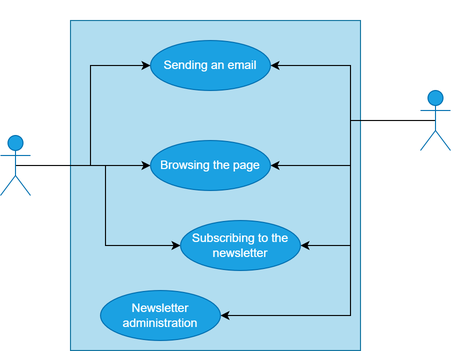
The draw.io diagram img/useCaseDiagram.png in Ilvondir/personal-website, before a commit. Source tidied: cells renumbered, new cells last; positions are measured from the earlier drawing's top-left corner, leaving out a move shared by most shapes.
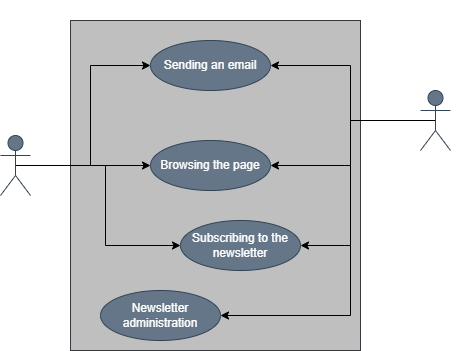
The same file after the commit.

The edit, as a diff of the source:
```diff
@@ -2,13 +2,13 @@
   <root>
     <mxCell id="0" />
     <mxCell id="1" parent="0" />
-    <mxCell id="2" style="rounded=0;whiteSpace=wrap;html=1;fillColor=#b1ddf0;strokeColor=#10739e;" parent="1" vertex="1">
+    <mxCell id="2" style="rounded=0;whiteSpace=wrap;html=1;fillColor=#BFBFBF;strokeColor=#36393d;" parent="1" vertex="1">
       <mxGeometry x="70" y="20" width="290" height="330" as="geometry" />
     </mxCell>
     <mxCell id="3" value="&lt;font style=&quot;font-size: 15px;&quot;&gt;Portfolio Website&lt;/font&gt;" style="text;html=1;align=center;verticalAlign=middle;whiteSpace=wrap;rounded=0;fontColor=#FFFFFF;" parent="1" vertex="1">
       <mxGeometry x="142.5" width="135" height="20" as="geometry" />
     </mxCell>
-    <mxCell id="4" value="Sending an email" style="ellipse;whiteSpace=wrap;html=1;fillColor=#1ba1e2;strokeColor=#006EAF;fontColor=#ffffff;" parent="1" vertex="1">
+    <mxCell id="4" value="Sending an email" style="ellipse;whiteSpace=wrap;html=1;fillColor=#647687;strokeColor=#314354;fontColor=#ffffff;" parent="1" vertex="1">
       <mxGeometry x="150" y="40" width="120" height="50" as="geometry" />
     </mxCell>
     <mxCell id="5" style="edgeStyle=orthogonalEdgeStyle;rounded=0;jettySize=auto;html=1;exitX=0.5;exitY=0.5;exitDx=0;exitDy=0;exitPerimeter=0;entryX=0;entryY=0.5;entryDx=0;entryDy=0;" parent="1" edge="1" source="8" target="4">
@@ -20,7 +20,7 @@
     <mxCell id="7" style="edgeStyle=orthogonalEdgeStyle;rounded=0;jettySize=auto;html=1;exitX=0.5;exitY=0.5;exitDx=0;exitDy=0;exitPerimeter=0;entryX=0;entryY=0.5;entryDx=0;entryDy=0;" parent="1" edge="1" source="8" target="16">
       <mxGeometry relative="1" as="geometry" />
     </mxCell>
-    <mxCell id="8" value="&lt;font&gt;User&lt;/font&gt;" style="shape=umlActor;verticalLabelPosition=bottom;verticalAlign=top;html=1;outlineConnect=0;fillColor=#1ba1e2;strokeColor=#006EAF;fontColor=#FFFFFF;" parent="1" vertex="1">
+    <mxCell id="8" value="&lt;font&gt;User&lt;/font&gt;" style="shape=umlActor;verticalLabelPosition=bottom;verticalAlign=top;html=1;outlineConnect=0;fillColor=#647687;strokeColor=#314354;fontColor=#ffffff;" parent="1" vertex="1">
       <mxGeometry y="135" width="30" height="60" as="geometry" />
     </mxCell>
     <mxCell id="9" style="edgeStyle=orthogonalEdgeStyle;rounded=0;jettySize=auto;html=1;exitX=0.5;exitY=0.5;exitDx=0;exitDy=0;exitPerimeter=0;entryX=1;entryY=0.5;entryDx=0;entryDy=0;" parent="1" edge="1" source="13" target="4">
@@ -55,16 +55,16 @@
         </Array>
       </mxGeometry>
     </mxCell>
-    <mxCell id="13" value="&lt;font&gt;Administrator&lt;/font&gt;" style="shape=umlActor;verticalLabelPosition=bottom;verticalAlign=top;html=1;outlineConnect=0;fillColor=#1ba1e2;fontColor=#FFFFFF;strokeColor=#006EAF;" parent="1" vertex="1">
+    <mxCell id="13" value="&lt;font&gt;Administrator&lt;/font&gt;" style="shape=umlActor;verticalLabelPosition=bottom;verticalAlign=top;html=1;outlineConnect=0;fillColor=#647687;fontColor=#ffffff;strokeColor=#314354;" parent="1" vertex="1">
       <mxGeometry x="420" y="90" width="30" height="60" as="geometry" />
     </mxCell>
-    <mxCell id="14" value="Subscribing to the newsletter" style="ellipse;whiteSpace=wrap;html=1;fillColor=#1ba1e2;strokeColor=#006EAF;fontColor=#ffffff;" parent="1" vertex="1">
+    <mxCell id="14" value="Subscribing to the newsletter" style="ellipse;whiteSpace=wrap;html=1;fillColor=#647687;strokeColor=#314354;fontColor=#ffffff;" parent="1" vertex="1">
       <mxGeometry x="180" y="220" width="120" height="50" as="geometry" />
     </mxCell>
-    <mxCell id="15" value="Newsletter administration" style="ellipse;whiteSpace=wrap;html=1;fillColor=#1ba1e2;strokeColor=#006EAF;fontColor=#ffffff;" parent="1" vertex="1">
+    <mxCell id="15" value="Newsletter administration" style="ellipse;whiteSpace=wrap;html=1;fillColor=#647687;strokeColor=#314354;fontColor=#ffffff;" parent="1" vertex="1">
       <mxGeometry x="100" y="290" width="120" height="50" as="geometry" />
     </mxCell>
-    <mxCell id="16" value="Browsing the page" style="ellipse;whiteSpace=wrap;html=1;fillColor=#1ba1e2;strokeColor=#006EAF;fontColor=#ffffff;" parent="1" vertex="1">
+    <mxCell id="16" value="Browsing the page" style="ellipse;whiteSpace=wrap;html=1;fillColor=#647687;strokeColor=#314354;fontColor=#ffffff;" parent="1" vertex="1">
       <mxGeometry x="150" y="140" width="120" height="50" as="geometry" />
     </mxCell>
   </root>
```
